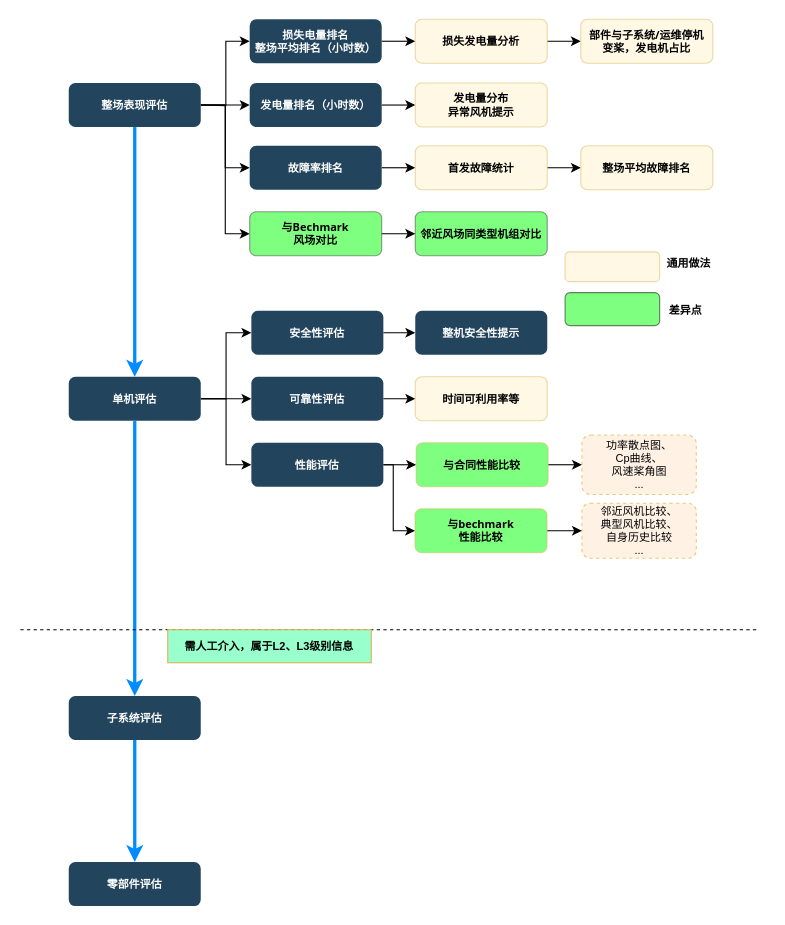
The draw.io diagram soft/dataprocess/diagram/功能逻辑图.drawio in leeyongxin/wind, before the edit. Source tidied: cells renumbered, new cells numbered last; positions are measured from the earlier drawing's top-left corner, leaving out a move shared by most shapes. Both pictures are drawn from the tidied source at 110%, with x=0, y=0 at pixel (19, 19).
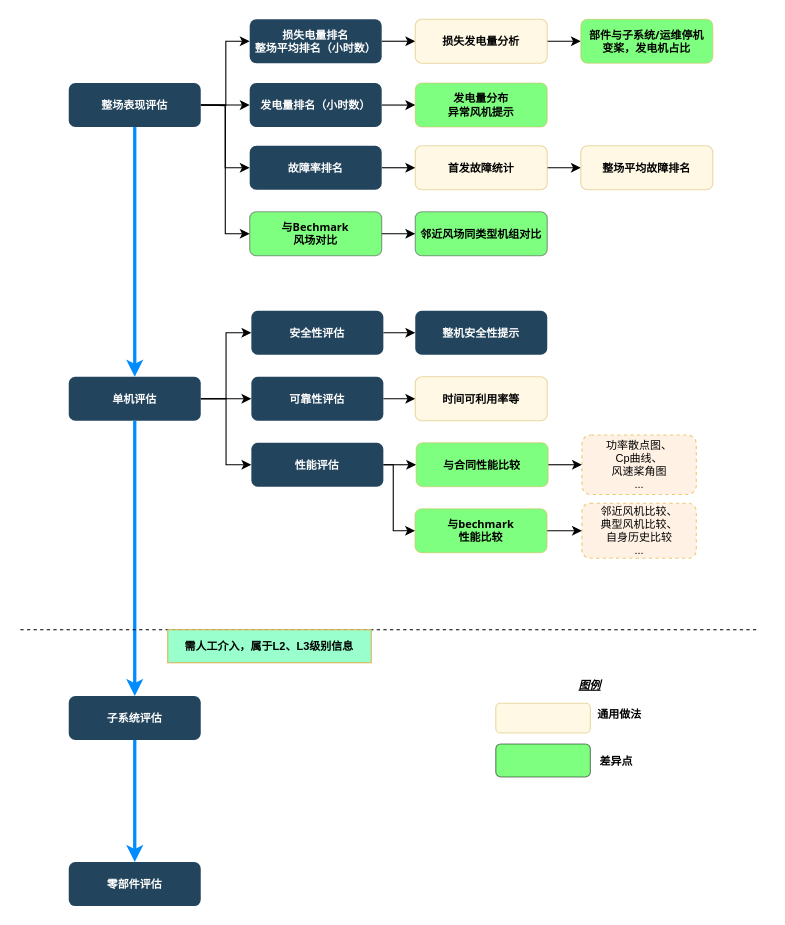
The same diagram, later.

Commit message:
Update 功能逻辑图.drawio

Change to the diagram source:
```diff
@@
-    <mxCell id="31" value="发电量分布&#10;异常风机提示" style="rounded=1;fillColor=#fff2cc;strokeColor=#d6b656;fontStyle=1;fontFamily=Tahoma;fontSize=10;imageWidth=24;gradientColor=none;opacity=50;" parent="1" vertex="1">
+    <mxCell id="31" value="发电量分布&#10;异常风机提示" style="rounded=1;fillColor=#00FF00;strokeColor=#d6b656;fontStyle=1;fontFamily=Tahoma;fontSize=10;imageWidth=24;gradientColor=none;opacity=50;" parent="1" vertex="1">
       <mxGeometry x="360" y="58" width="120" height="40" as="geometry" />
     </mxCell>
@@
-    <mxCell id="36" value="部件与子系统/运维停机&#10;变桨，发电机占比" style="rounded=1;fillColor=#fff2cc;strokeColor=#d6b656;fontStyle=1;fontFamily=Tahoma;fontSize=10;imageWidth=24;gradientColor=none;opacity=50;" parent="1" vertex="1">
+    <mxCell id="36" value="部件与子系统/运维停机&#10;变桨，发电机占比" style="rounded=1;fillColor=#00FF00;strokeColor=#d6b656;fontStyle=1;fontFamily=Tahoma;fontSize=10;imageWidth=24;gradientColor=none;opacity=50;" parent="1" vertex="1">
       <mxGeometry x="510.5" width="120" height="40" as="geometry" />
     </mxCell>
@@
     <mxCell id="42" value="通用做法" style="text;html=1;strokeColor=none;fillColor=none;align=center;verticalAlign=middle;whiteSpace=wrap;rounded=0;fontSize=10;fontStyle=1;" parent="1" vertex="1">
-      <mxGeometry x="538.7" y="211.5" width="140" height="20" as="geometry" />
+      <mxGeometry x="475.7" y="621.8" width="140" height="20" as="geometry" />
     </mxCell>
     <mxCell id="43" value="差异点" style="text;html=1;strokeColor=none;fillColor=none;align=center;verticalAlign=middle;whiteSpace=wrap;rounded=0;fontSize=10;fontStyle=1;" parent="1" vertex="1">
-      <mxGeometry x="535.7" y="253.5" width="140" height="20" as="geometry" />
+      <mxGeometry x="472.7" y="663.8" width="140" height="20" as="geometry" />
     </mxCell>
     <mxCell id="44" style="rounded=1;whiteSpace=wrap;html=1;fillColor=#fff2cc;fontSize=10;opacity=50;strokeColor=#d6b656;" parent="1" vertex="1">
-      <mxGeometry x="496.2" y="211.5" width="86" height="27" as="geometry" />
+      <mxGeometry x="433.2" y="621.8" width="86" height="27" as="geometry" />
     </mxCell>
     <mxCell id="45" style="rounded=1;whiteSpace=wrap;html=1;fillColor=#00FF00;gradientColor=none;fontSize=10;opacity=50;" parent="1" vertex="1">
-      <mxGeometry x="496.2" y="248.5" width="86" height="30" as="geometry" />
+      <mxGeometry x="433.2" y="658.8" width="86" height="30" as="geometry" />
     </mxCell>
@@
+    <mxCell id="53" value="图例" style="text;html=1;strokeColor=none;fillColor=none;align=center;verticalAlign=middle;whiteSpace=wrap;rounded=0;fontSize=10;fontStyle=7;fontFamily=Verdana;" parent="1" vertex="1">
+      <mxGeometry x="449.2" y="594.8" width="140" height="20" as="geometry" />
+    </mxCell>
```
